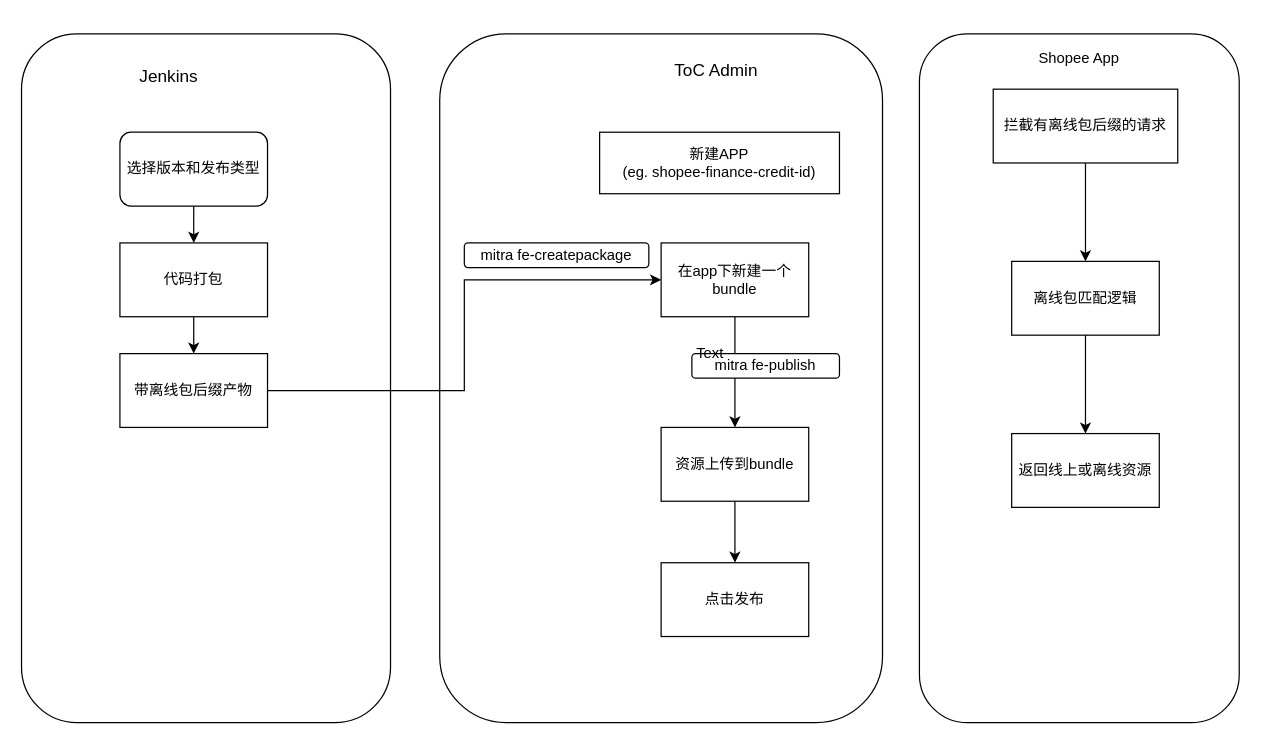
The draw.io diagram Untitled Diagram.drawio in landiy/ol_map_demo, before the edit. Source tidied: cells renumbered, new cells numbered last; positions are measured from the earlier drawing's top-left corner, leaving out a move shared by most shapes. Both pictures are drawn from the tidied source at 123%, with x=0, y=0 at pixel (21, 33).
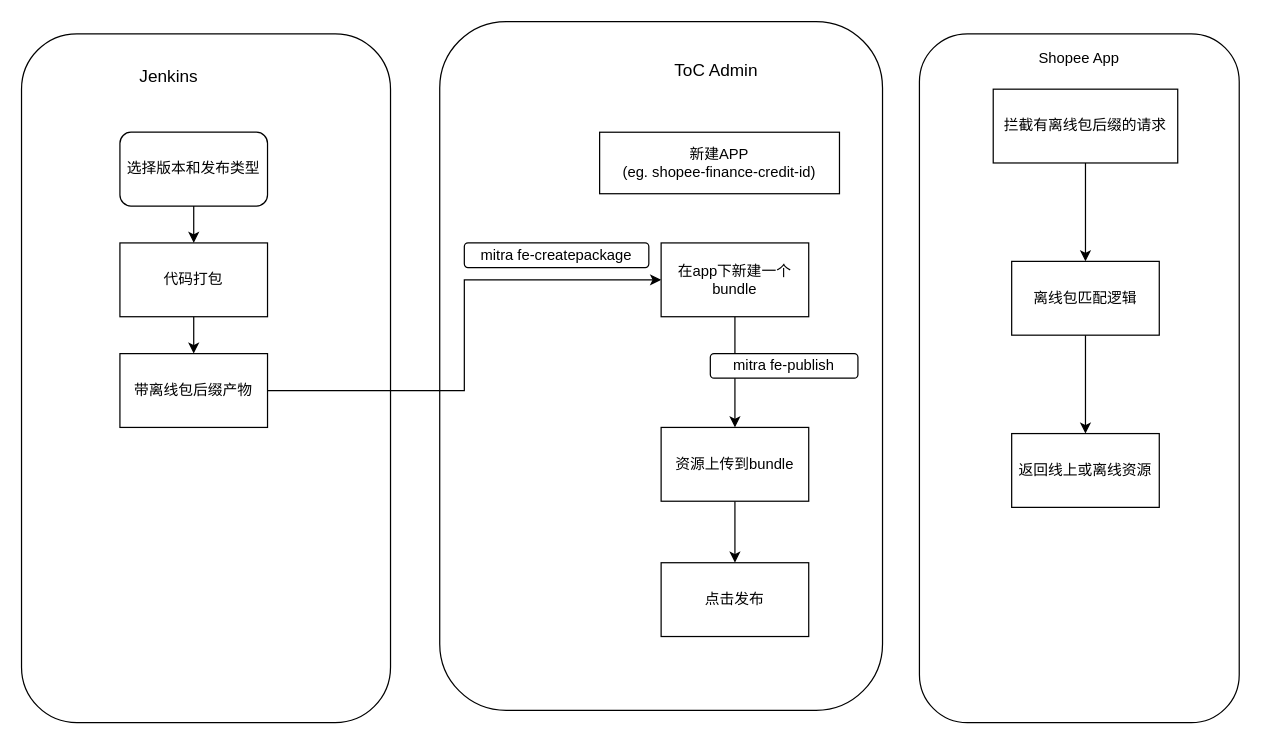
Above is the later version.

Diff of the diagram source:
```diff
@@
     <mxCell id="3" style="rounded=1;whiteSpace=wrap;html=1;" parent="1" vertex="1">
-      <mxGeometry x="340" width="360" height="560" as="geometry" />
+      <mxGeometry x="340" y="-10" width="360" height="560" as="geometry" />
     </mxCell>
@@
     <mxCell id="22" value="mitra fe-publish" style="rounded=1;whiteSpace=wrap;html=1;" parent="1" vertex="1">
-      <mxGeometry x="545" y="260" width="120" height="20" as="geometry" />
+      <mxGeometry x="560" y="260" width="120" height="20" as="geometry" />
     </mxCell>
@@
-    <mxCell id="27" value="Text" style="text;html=1;strokeColor=none;fillColor=none;align=center;verticalAlign=middle;whiteSpace=wrap;rounded=0;" parent="1" vertex="1">
-      <mxGeometry x="540" y="250" width="40" height="20" as="geometry" />
-    </mxCell>
```
